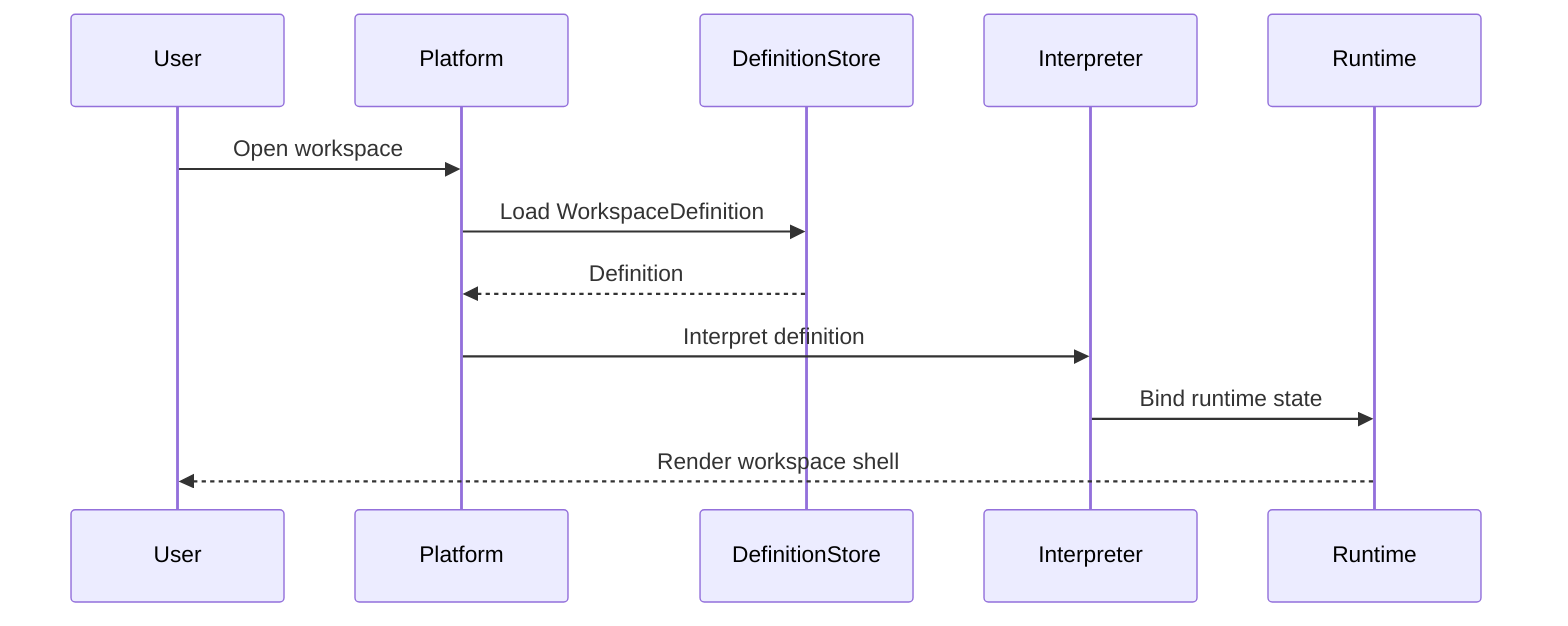
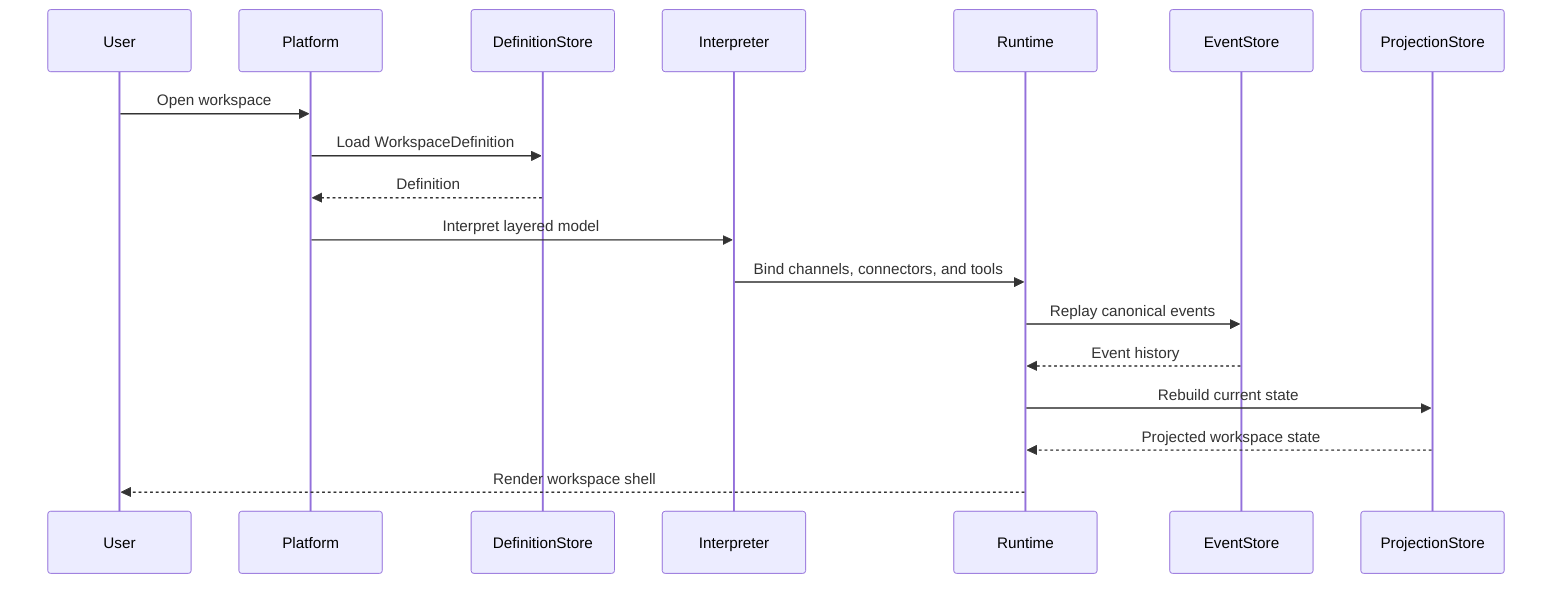
sequenceDiagram
    User->>Platform: Open workspace
    Platform->>DefinitionStore: Load WorkspaceDefinition
    DefinitionStore-->>Platform: Definition
-     Platform->>Interpreter: Interpret definition
-     Interpreter->>Runtime: Bind runtime state
+     Platform->>Interpreter: Interpret layered model
+     Interpreter->>Runtime: Bind channels, connectors, and tools
+     Runtime->>EventStore: Replay canonical events
+     EventStore-->>Runtime: Event history
+     Runtime->>ProjectionStore: Rebuild current state
+     ProjectionStore-->>Runtime: Projected workspace state
    Runtime-->>User: Render workspace shell
